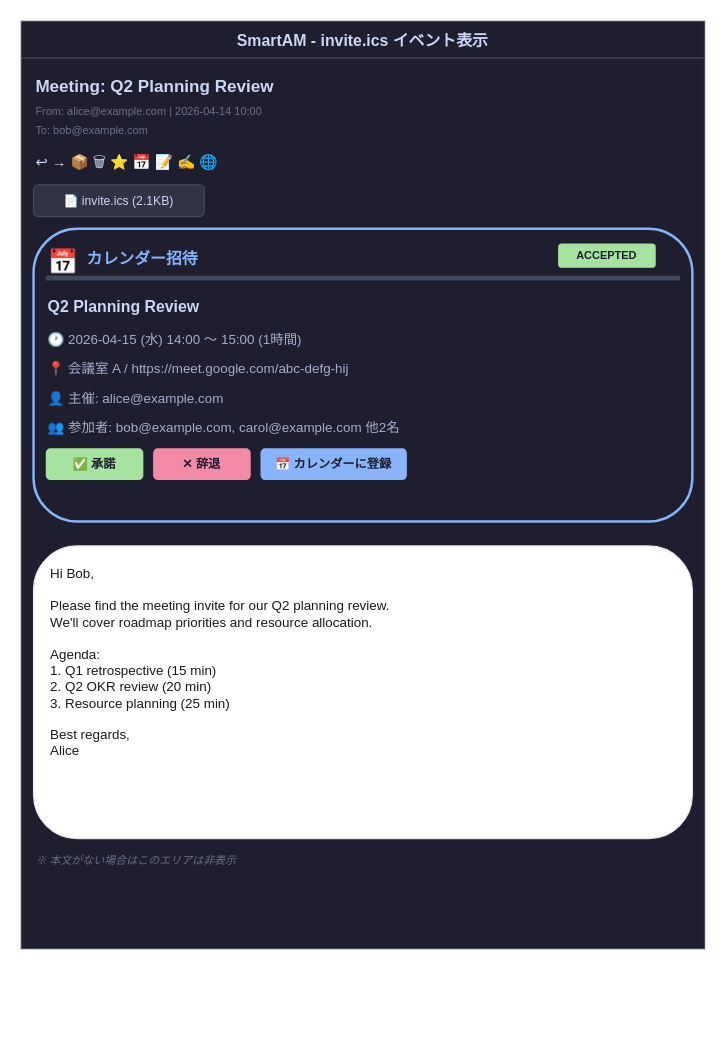
Before: page "25. invite.ics イベント表示" (25 of 25) of screens.drawio in ryoupr/SmartAM, a draw.io diagram. Source tidied: cells renumbered, new cells numbered last; positions are measured from the earlier drawing's top-left corner, leaving out a move shared by most shapes. Both pictures are drawn from the tidied source at 122%, with x=0, y=0 at pixel (21, 21).
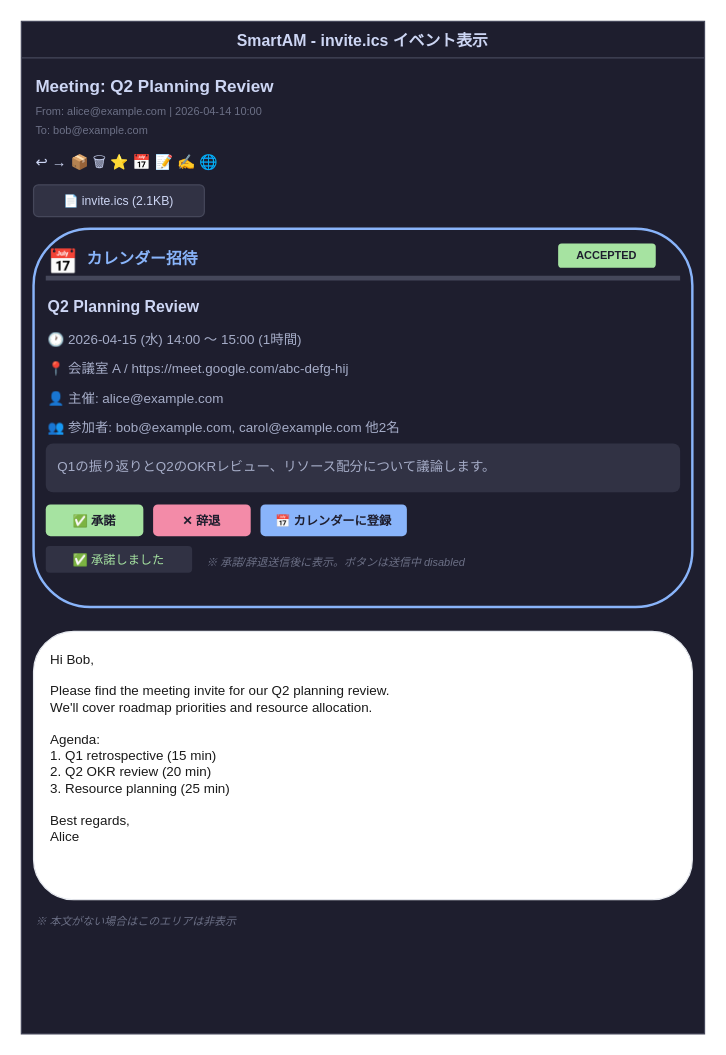
Above is the later version.

Commit message:
docs: DrawIO 25ページ目にdescription表示・応答トースト・disabled注釈を追加

- EventCardにdescription表示エリアを追加
- 承諾/辞退ボタンの送信中disabled状態の注釈を追加
- 応答完了後のトースト表示を追加
- カード高さとメール本文位置を調整

Change to the diagram source:
```diff
@@
     <mxCell id="2" value="SmartAM - invite.ics イベント表示" style="swimlane;startSize=30;fillColor=#1e1e2e;swimlaneFillColor=#1e1e2e;fontColor=#cdd6f4;strokeColor=#45475a;fontSize=13;fontStyle=1;" parent="1" vertex="1">
-      <mxGeometry width="560" height="760" as="geometry" />
+      <mxGeometry width="560" height="830" as="geometry" />
     </mxCell>
@@
     <mxCell id="8" style="rounded=1;whiteSpace=wrap;html=1;fillColor=#1e1e2e;strokeColor=#89b4fa;strokeWidth=2;" parent="2" vertex="1">
-      <mxGeometry x="10" y="170" width="540" height="240" as="geometry" />
+      <mxGeometry x="10" y="170" width="540" height="310" as="geometry" />
     </mxCell>
@@
+    <mxCell id="23" value="Q1の振り返りとQ2のOKRレビュー、リソース配分について議論します。" style="rounded=1;whiteSpace=wrap;html=1;fontSize=11;fillColor=#313244;strokeColor=none;fontColor=#a6adc8;align=left;verticalAlign=top;spacingLeft=8;spacingTop=6;spacingRight=8;" parent="2" vertex="1">
+      <mxGeometry x="20" y="346" width="520" height="40" as="geometry" />
+    </mxCell>
     <mxCell id="18" value="✅ 承諾" style="rounded=1;whiteSpace=wrap;html=1;fontSize=10;fillColor=#a6e3a1;strokeColor=none;fontColor=#1e1e2e;fontStyle=1;" parent="2" vertex="1">
-      <mxGeometry x="20" y="350" width="80" height="26" as="geometry" />
+      <mxGeometry x="20" y="396" width="80" height="26" as="geometry" />
     </mxCell>
     <mxCell id="19" value="✕ 辞退" style="rounded=1;whiteSpace=wrap;html=1;fontSize=10;fillColor=#f38ba8;strokeColor=none;fontColor=#1e1e2e;fontStyle=1;" parent="2" vertex="1">
-      <mxGeometry x="108" y="350" width="80" height="26" as="geometry" />
+      <mxGeometry x="108" y="396" width="80" height="26" as="geometry" />
     </mxCell>
     <mxCell id="20" value="📅 カレンダーに登録" style="rounded=1;whiteSpace=wrap;html=1;fontSize=10;fillColor=#89b4fa;strokeColor=none;fontColor=#1e1e2e;fontStyle=1;" parent="2" vertex="1">
-      <mxGeometry x="196" y="350" width="120" height="26" as="geometry" />
+      <mxGeometry x="196" y="396" width="120" height="26" as="geometry" />
     </mxCell>
+    <mxCell id="24" value="✅ 承諾しました" style="rounded=1;whiteSpace=wrap;html=1;fontSize=10;fillColor=#313244;strokeColor=none;fontColor=#a6e3a1;" parent="2" vertex="1">
+      <mxGeometry x="20" y="430" width="120" height="22" as="geometry" />
+    </mxCell>
+    <mxCell id="25" value="※ 承諾/辞退送信後に表示。ボタンは送信中 disabled" style="text;html=1;fontSize=9;fontColor=#6c7086;fontStyle=2;align=left;" parent="2" vertex="1">
+      <mxGeometry x="150" y="432" width="340" height="16" as="geometry" />
+    </mxCell>
     <mxCell id="21" value="Hi Bob,&lt;br&gt;&lt;br&gt;Please find the meeting invite for our Q2 planning review.&lt;br&gt;We'll cover roadmap priorities and resource allocation.&lt;br&gt;&lt;br&gt;Agenda:&lt;br&gt;1. Q1 retrospective (15 min)&lt;br&gt;2. Q2 OKR review (20 min)&lt;br&gt;3. Resource planning (25 min)&lt;br&gt;&lt;br&gt;Best regards,&lt;br&gt;Alice" style="rounded=1;whiteSpace=wrap;html=1;fontSize=11;fillColor=#ffffff;strokeColor=#e6e9ef;fontColor=#1a1a1a;align=left;verticalAlign=top;spacingLeft=12;spacingTop=10;spacingRight=12;" parent="2" vertex="1">
-      <mxGeometry x="10" y="430" width="540" height="240" as="geometry" />
+      <mxGeometry x="10" y="500" width="540" height="220" as="geometry" />
     </mxCell>
     <mxCell id="22" value="※ 本文がない場合はこのエリアは非表示" style="text;html=1;fontSize=9;fontColor=#6c7086;fontStyle=2;align=left;" parent="2" vertex="1">
-      <mxGeometry x="10" y="676" width="280" height="16" as="geometry" />
+      <mxGeometry x="10" y="726" width="280" height="16" as="geometry" />
     </mxCell>
```
